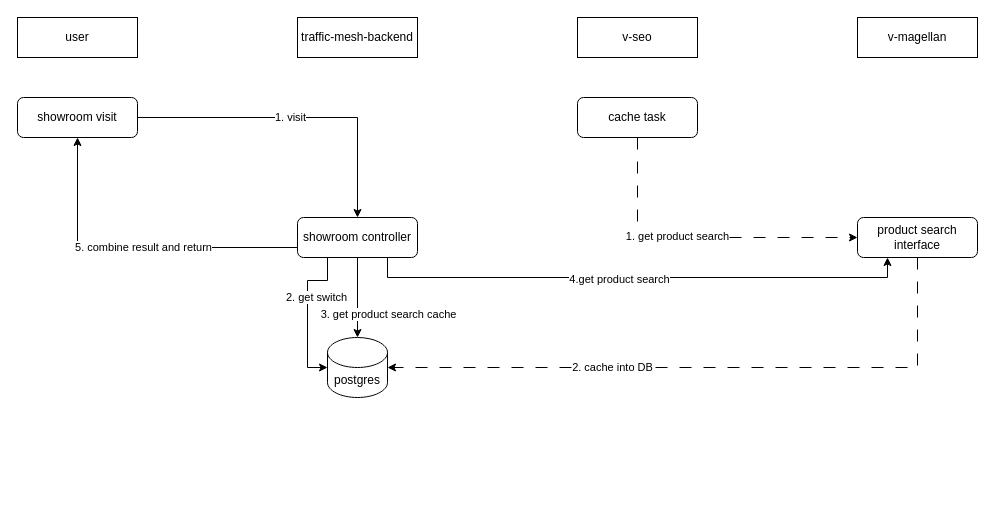
Earlier version of the draw.io diagram drawio/showroom_cache.drawio (VisableHarry/seo-drawio). Source tidied: cells renumbered, new cells numbered last; positions are measured from the earlier drawing's top-left corner, leaving out a move shared by most shapes. Both pictures are drawn from the tidied source at 100%, with x=0, y=0 at pixel (17, 17).
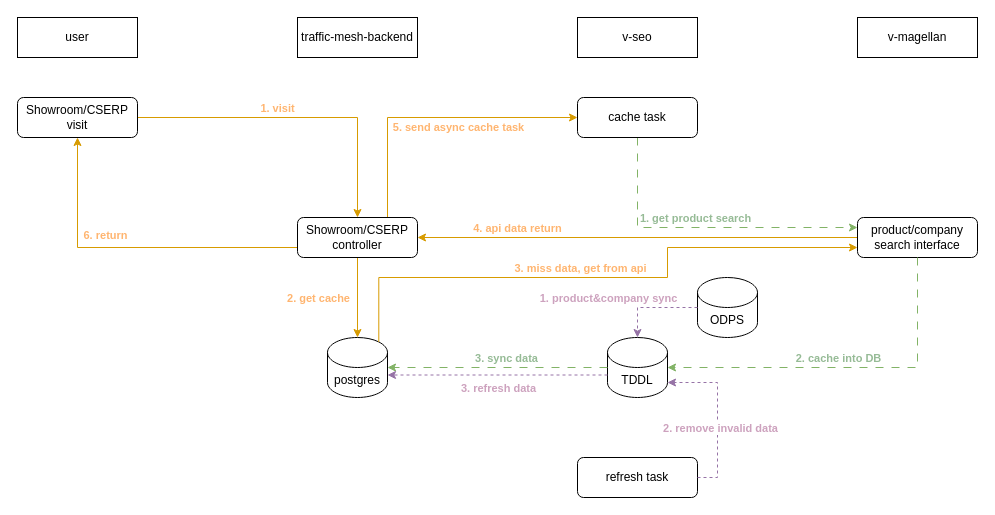
The same page after the edit.

The change refers to these unchanged cells:
```xml
<mxCell id="2" value="postgres" style="shape=cylinder3;whiteSpace=wrap;html=1;boundedLbl=1;backgroundOutline=1;size=15;" parent="1" vertex="1">
  <mxGeometry x="310" y="320" width="60" height="60" as="geometry" />
</mxCell>
<mxCell id="20" value="cache task" style="rounded=1;whiteSpace=wrap;html=1;" parent="1" vertex="1">
  <mxGeometry x="560" y="80" width="120" height="40" as="geometry" />
</mxCell>
```

Diff of the diagram source:
```diff
@@
-    <mxCell id="3" style="edgeStyle=orthogonalEdgeStyle;rounded=0;jettySize=auto;html=1;exitX=0.5;exitY=1;exitDx=0;exitDy=0;entryX=0;entryY=0.5;entryDx=0;entryDy=0;dashed=1;dashPattern=12 12;" parent="1" edge="1" source="20" target="19">
+    <mxCell id="3" style="edgeStyle=orthogonalEdgeStyle;rounded=0;jettySize=auto;html=1;exitX=0.5;exitY=1;exitDx=0;exitDy=0;entryX=0;entryY=0.25;entryDx=0;entryDy=0;dashed=1;dashPattern=8 8;fillColor=#d5e8d4;strokeColor=#82b366;" parent="1" edge="1" source="20" target="19">
       <mxGeometry relative="1" as="geometry" />
     </mxCell>
-    <mxCell id="4" value="1. get product search" style="edgeLabel;html=1;align=center;verticalAlign=middle;" parent="3" vertex="1">
+    <mxCell id="4" value="1. get product search" style="edgeLabel;html=1;align=center;verticalAlign=middle;fontColor=#96BB96;fontStyle=1;" parent="3" vertex="1">
       <mxGeometry x="-0.13" y="3" relative="1" as="geometry">
-        <mxPoint y="1" as="offset" />
+        <mxPoint x="12" y="-7" as="offset" />
       </mxGeometry>
     </mxCell>
-    <mxCell id="5" style="edgeStyle=orthogonalEdgeStyle;rounded=0;jettySize=auto;html=1;exitX=0.25;exitY=1;exitDx=0;exitDy=0;entryX=0;entryY=0.5;entryDx=0;entryDy=0;entryPerimeter=0;" parent="1" edge="1" source="13" target="2">
-      <mxGeometry relative="1" as="geometry">
-        <Array as="points">
-          <mxPoint x="310" y="263" />
-          <mxPoint x="290" y="263" />
-          <mxPoint x="290" y="350" />
-        </Array>
-      </mxGeometry>
-    </mxCell>
-    <mxCell id="6" value="2. get switch" style="edgeLabel;html=1;align=center;verticalAlign=middle;" parent="5" vertex="1">
-      <mxGeometry x="-0.24" y="-3" relative="1" as="geometry">
-        <mxPoint x="11" y="2" as="offset" />
-      </mxGeometry>
-    </mxCell>
-    <mxCell id="7" style="edgeStyle=orthogonalEdgeStyle;rounded=0;jettySize=auto;html=1;exitX=0.75;exitY=1;exitDx=0;exitDy=0;entryX=0.25;entryY=1;entryDx=0;entryDy=0;" parent="1" edge="1" source="13" target="19">
-      <mxGeometry relative="1" as="geometry" />
+    <mxCell id="7" style="edgeStyle=orthogonalEdgeStyle;rounded=0;jettySize=auto;html=1;exitX=0.855;exitY=0;exitDx=0;exitDy=4.35;entryX=0;entryY=0.75;entryDx=0;entryDy=0;exitPerimeter=0;fillColor=#ffe6cc;strokeColor=#d79b00;" parent="1" edge="1" source="2" target="19">
+      <mxGeometry relative="1" as="geometry">
+        <Array as="points">
+          <mxPoint x="361" y="260" />
+          <mxPoint x="650" y="260" />
+          <mxPoint x="650" y="230" />
+        </Array>
+      </mxGeometry>
     </mxCell>
-    <mxCell id="8" value="4.get product search" style="edgeLabel;html=1;align=center;verticalAlign=middle;" parent="7" vertex="1">
+    <mxCell id="8" value="3. miss data, get from api" style="edgeLabel;html=1;align=center;verticalAlign=middle;labelBackgroundColor=none;fontColor=#FFB570;fontStyle=1;" parent="7" vertex="1">
       <mxGeometry x="-0.07" relative="1" as="geometry">
-        <mxPoint y="1" as="offset" />
+        <mxPoint y="-10" as="offset" />
       </mxGeometry>
     </mxCell>
-    <mxCell id="9" style="edgeStyle=orthogonalEdgeStyle;rounded=0;jettySize=auto;html=1;exitX=0;exitY=0.75;exitDx=0;exitDy=0;entryX=0.5;entryY=1;entryDx=0;entryDy=0;" parent="1" edge="1" source="13" target="24">
+    <mxCell id="9" style="edgeStyle=orthogonalEdgeStyle;rounded=0;jettySize=auto;html=1;exitX=0;exitY=0.75;exitDx=0;exitDy=0;entryX=0.5;entryY=1;entryDx=0;entryDy=0;fillColor=#ffe6cc;strokeColor=#d79b00;" parent="1" edge="1" source="13" target="24">
       <mxGeometry relative="1" as="geometry" />
     </mxCell>
-    <mxCell id="10" value="5. combine result and return" style="edgeLabel;html=1;align=center;verticalAlign=middle;" parent="9" vertex="1">
-      <mxGeometry x="-0.06" y="-1" relative="1" as="geometry" />
-    </mxCell>
-    <mxCell id="11" style="edgeStyle=orthogonalEdgeStyle;rounded=0;jettySize=auto;html=1;exitX=0.5;exitY=1;exitDx=0;exitDy=0;" parent="1" edge="1" source="13" target="2">
+    <mxCell id="11" style="edgeStyle=orthogonalEdgeStyle;rounded=0;jettySize=auto;html=1;exitX=0.5;exitY=1;exitDx=0;exitDy=0;fillColor=#ffe6cc;strokeColor=#d79b00;" parent="1" edge="1" source="13" target="2">
       <mxGeometry relative="1" as="geometry" />
     </mxCell>
-    <mxCell id="12" value="3. get product search cache" style="edgeLabel;html=1;align=center;verticalAlign=middle;" parent="11" vertex="1">
+    <mxCell id="12" value="2. get cache" style="edgeLabel;html=1;align=center;verticalAlign=middle;labelBackgroundColor=none;fontColor=#FFB570;fontStyle=1;" parent="11" vertex="1">
       <mxGeometry x="0.23" y="2" relative="1" as="geometry">
-        <mxPoint x="28" y="7" as="offset" />
+        <mxPoint x="-42" y="-9" as="offset" />
       </mxGeometry>
     </mxCell>
+    <mxCell id="25" style="edgeStyle=orthogonalEdgeStyle;rounded=0;jettySize=auto;html=1;exitX=0.75;exitY=0;exitDx=0;exitDy=0;entryX=0;entryY=0.5;entryDx=0;entryDy=0;fillColor=#ffe6cc;strokeColor=#d79b00;" parent="1" edge="1" source="13" target="20">
+      <mxGeometry relative="1" as="geometry" />
+    </mxCell>
+    <mxCell id="26" value="5. send async cache task" style="edgeLabel;html=1;align=center;verticalAlign=middle;fontColor=#FFB570;fontStyle=1;" parent="25" vertex="1">
+      <mxGeometry x="0.03" y="-2" relative="1" as="geometry">
+        <mxPoint x="21" y="7" as="offset" />
+      </mxGeometry>
+    </mxCell>
-    <mxCell id="13" value="showroom controller" style="rounded=1;whiteSpace=wrap;html=1;" parent="1" vertex="1">
+    <mxCell id="13" value="Showroom/CSERP controller" style="rounded=1;whiteSpace=wrap;html=1;" parent="1" vertex="1">
       <mxGeometry x="280" y="200" width="120" height="40" as="geometry" />
     </mxCell>
@@
-    <mxCell id="17" style="edgeStyle=orthogonalEdgeStyle;rounded=0;jettySize=auto;html=1;exitX=0.5;exitY=1;exitDx=0;exitDy=0;dashed=1;dashPattern=12 12;entryX=1;entryY=0.5;entryDx=0;entryDy=0;entryPerimeter=0;" parent="1" edge="1" source="19" target="2">
-      <mxGeometry relative="1" as="geometry">
-        <Array as="points">
-          <mxPoint x="900" y="350" />
-        </Array>
-      </mxGeometry>
-    </mxCell>
-    <mxCell id="18" value="2. cache into DB" style="edgeLabel;html=1;align=center;verticalAlign=middle;" parent="17" vertex="1">
-      <mxGeometry x="0.3" y="-1" relative="1" as="geometry" />
-    </mxCell>
+    <mxCell id="27" style="edgeStyle=orthogonalEdgeStyle;rounded=0;jettySize=auto;html=1;exitX=0;exitY=0.5;exitDx=0;exitDy=0;entryX=1;entryY=0.5;entryDx=0;entryDy=0;fillColor=#ffe6cc;strokeColor=#d79b00;" parent="1" edge="1" source="19" target="13">
+      <mxGeometry relative="1" as="geometry" />
+    </mxCell>
+    <mxCell id="28" value="4. api data return" style="edgeLabel;html=1;align=center;verticalAlign=middle;labelBackgroundColor=none;fontColor=#FFB570;fontStyle=1;" parent="27" vertex="1">
+      <mxGeometry x="0.64" y="1" relative="1" as="geometry">
+        <mxPoint x="20" y="-11" as="offset" />
+      </mxGeometry>
+    </mxCell>
-    <mxCell id="19" value="product search interface" style="rounded=1;whiteSpace=wrap;html=1;" parent="1" vertex="1">
+    <mxCell id="19" value="product/company search interface" style="rounded=1;whiteSpace=wrap;html=1;" parent="1" vertex="1">
       <mxGeometry x="840" y="200" width="120" height="40" as="geometry" />
     </mxCell>
@@
-    <mxCell id="22" style="edgeStyle=orthogonalEdgeStyle;rounded=0;jettySize=auto;html=1;exitX=1;exitY=0.5;exitDx=0;exitDy=0;entryX=0.5;entryY=0;entryDx=0;entryDy=0;" parent="1" edge="1" source="24" target="13">
+    <mxCell id="22" style="edgeStyle=orthogonalEdgeStyle;rounded=0;jettySize=auto;html=1;exitX=1;exitY=0.5;exitDx=0;exitDy=0;entryX=0.5;entryY=0;entryDx=0;entryDy=0;fillColor=#ffe6cc;strokeColor=#d79b00;" parent="1" edge="1" source="24" target="13">
       <mxGeometry relative="1" as="geometry" />
     </mxCell>
-    <mxCell id="23" value="1. visit" style="edgeLabel;html=1;align=center;verticalAlign=middle;" parent="22" vertex="1">
-      <mxGeometry x="-0.05" y="1" relative="1" as="geometry" />
+    <mxCell id="23" value="1. visit" style="edgeLabel;html=1;align=center;verticalAlign=middle;labelBackgroundColor=none;fontColor=#FFB570;fontStyle=1;" parent="22" vertex="1">
+      <mxGeometry x="-0.05" y="1" relative="1" as="geometry">
+        <mxPoint x="-13" y="-9" as="offset" />
+      </mxGeometry>
     </mxCell>
-    <mxCell id="24" value="showroom visit" style="rounded=1;whiteSpace=wrap;html=1;" parent="1" vertex="1">
+    <mxCell id="24" value="Showroom/CSERP visit" style="rounded=1;whiteSpace=wrap;html=1;" parent="1" vertex="1">
       <mxGeometry y="80" width="120" height="40" as="geometry" />
     </mxCell>
+    <mxCell id="29" value="TDDL" style="shape=cylinder3;whiteSpace=wrap;html=1;boundedLbl=1;backgroundOutline=1;size=15;" parent="1" vertex="1">
+      <mxGeometry x="590" y="320" width="60" height="60" as="geometry" />
+    </mxCell>
+    <mxCell id="30" style="edgeStyle=orthogonalEdgeStyle;rounded=0;jettySize=auto;html=1;exitX=0.5;exitY=1;exitDx=0;exitDy=0;entryX=1;entryY=0.5;entryDx=0;entryDy=0;entryPerimeter=0;dashed=1;dashPattern=8 8;fillColor=#d5e8d4;strokeColor=#82b366;" parent="1" edge="1" source="19" target="29">
+      <mxGeometry relative="1" as="geometry" />
+    </mxCell>
+    <mxCell id="18" value="2. cache into DB" style="edgeLabel;html=1;align=center;verticalAlign=middle;fontColor=#96BB96;fontStyle=1;" parent="30" vertex="1">
+      <mxGeometry x="-0.74" y="-1" relative="1" as="geometry">
+        <mxPoint x="-79" y="53" as="offset" />
+      </mxGeometry>
+    </mxCell>
+    <mxCell id="31" style="edgeStyle=orthogonalEdgeStyle;rounded=0;jettySize=auto;html=1;exitX=0;exitY=0.5;exitDx=0;exitDy=0;exitPerimeter=0;entryX=1;entryY=0.5;entryDx=0;entryDy=0;entryPerimeter=0;dashed=1;dashPattern=8 8;fillColor=#d5e8d4;strokeColor=#82b366;" parent="1" edge="1" source="29" target="2">
+      <mxGeometry relative="1" as="geometry" />
+    </mxCell>
+    <mxCell id="32" value="3. sync data" style="edgeLabel;html=1;align=center;verticalAlign=middle;fontColor=#96BB96;fontStyle=1;" parent="31" vertex="1">
+      <mxGeometry x="-0.07" y="1" relative="1" as="geometry">
+        <mxPoint y="-11" as="offset" />
+      </mxGeometry>
+    </mxCell>
+    <mxCell id="33" value="refresh task" style="rounded=1;whiteSpace=wrap;html=1;" parent="1" vertex="1">
+      <mxGeometry x="560" y="440" width="120" height="40" as="geometry" />
+    </mxCell>
+    <mxCell id="34" style="edgeStyle=orthogonalEdgeStyle;rounded=0;jettySize=auto;html=1;exitX=1;exitY=0.5;exitDx=0;exitDy=0;entryX=1;entryY=1;entryDx=0;entryDy=-15;entryPerimeter=0;dashed=1;fillColor=#e1d5e7;strokeColor=#9673a6;" parent="1" edge="1" source="33" target="29">
+      <mxGeometry relative="1" as="geometry" />
+    </mxCell>
+    <mxCell id="35" value="2. remove invalid data" style="edgeLabel;html=1;align=center;verticalAlign=middle;fontColor=#CDA2BE;fontStyle=1;" parent="34" vertex="1">
+      <mxGeometry x="-0.15" y="-2" relative="1" as="geometry" />
+    </mxCell>
+    <mxCell id="36" value="6. return" style="edgeLabel;html=1;align=center;verticalAlign=middle;labelBackgroundColor=none;fontColor=#FFB570;fontStyle=1;" parent="1" vertex="1">
+      <mxGeometry x="89" y="220" as="geometry">
+        <mxPoint x="-2" y="-3" as="offset" />
+      </mxGeometry>
+    </mxCell>
+    <mxCell id="37" style="edgeStyle=orthogonalEdgeStyle;rounded=0;jettySize=auto;html=1;exitX=0;exitY=0;exitDx=0;exitDy=37.5;exitPerimeter=0;entryX=1;entryY=0;entryDx=0;entryDy=37.5;entryPerimeter=0;dashed=1;fillColor=#e1d5e7;strokeColor=#9673a6;" parent="1" edge="1" source="29" target="2">
+      <mxGeometry relative="1" as="geometry" />
+    </mxCell>
+    <mxCell id="38" value="3. refresh data" style="edgeLabel;html=1;align=center;verticalAlign=middle;fontColor=#CDA2BE;fontStyle=1;" parent="1" vertex="1">
+      <mxGeometry x="480" y="370" as="geometry" />
+    </mxCell>
+    <mxCell id="39" value="ODPS" style="shape=cylinder3;whiteSpace=wrap;html=1;boundedLbl=1;backgroundOutline=1;size=15;" parent="1" vertex="1">
+      <mxGeometry x="680" y="260" width="60" height="60" as="geometry" />
+    </mxCell>
+    <mxCell id="40" style="edgeStyle=orthogonalEdgeStyle;rounded=0;jettySize=auto;html=1;exitX=0;exitY=0.5;exitDx=0;exitDy=0;exitPerimeter=0;entryX=0.5;entryY=0;entryDx=0;entryDy=0;entryPerimeter=0;dashed=1;fillColor=#e1d5e7;strokeColor=#9673a6;" parent="1" edge="1" source="39" target="29">
+      <mxGeometry relative="1" as="geometry" />
+    </mxCell>
+    <mxCell id="41" value="1. product&amp;amp;company sync" style="edgeLabel;html=1;align=center;verticalAlign=middle;fontColor=#CDA2BE;fontStyle=1;" parent="40" vertex="1">
+      <mxGeometry x="-0.11" y="-2" relative="1" as="geometry">
+        <mxPoint x="-50" y="-8" as="offset" />
+      </mxGeometry>
+    </mxCell>
```
